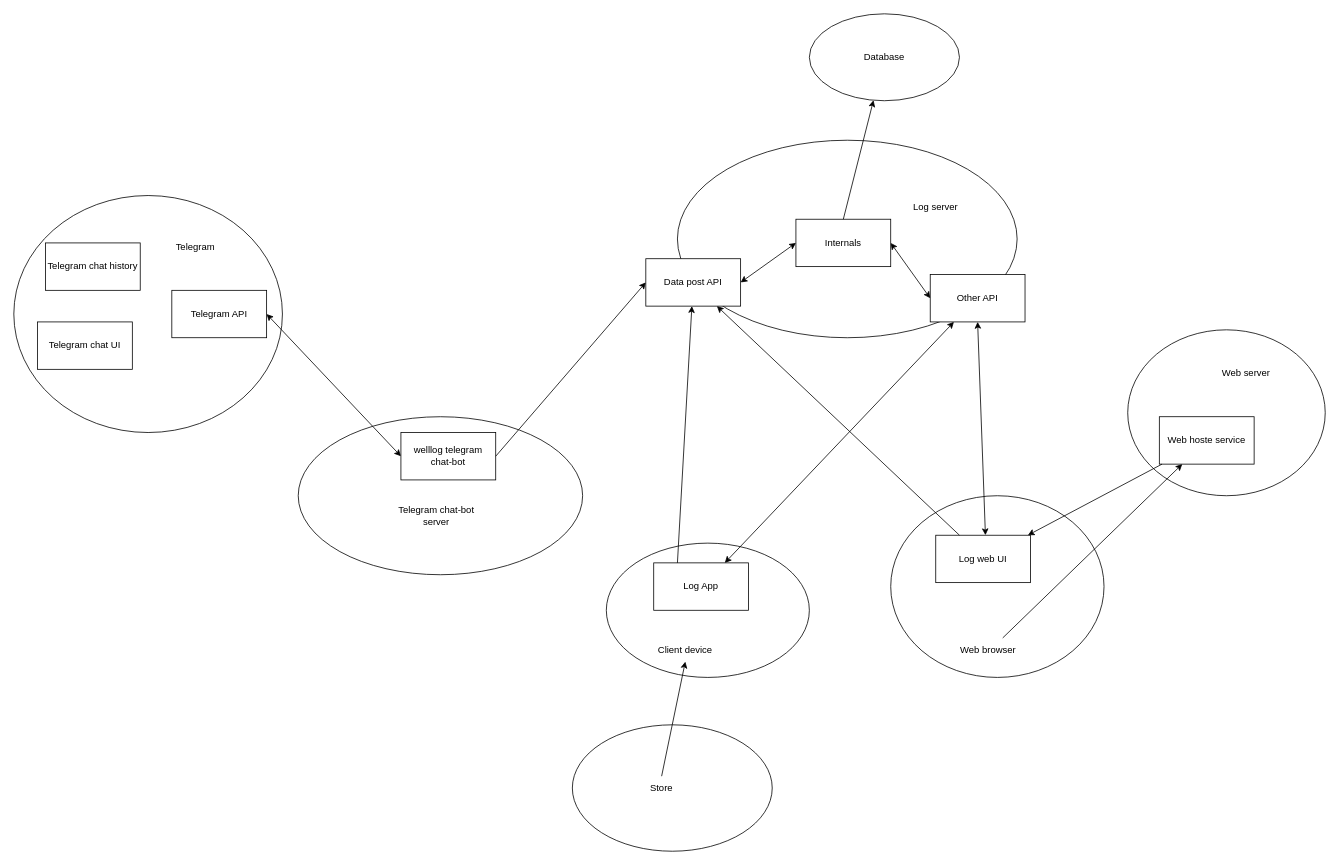
WayArts/log-server keeps this draw.io diagram as page "App components" (1 of 2) of Specification/Architecture.drawio. Above is the earlier version. Source tidied: cells renumbered, new cells numbered last; positions are measured from the earlier drawing's top-left corner, leaving out a move shared by most shapes. Both pictures are drawn from the tidied source at 79%, with x=0, y=0 at pixel (13, 13).
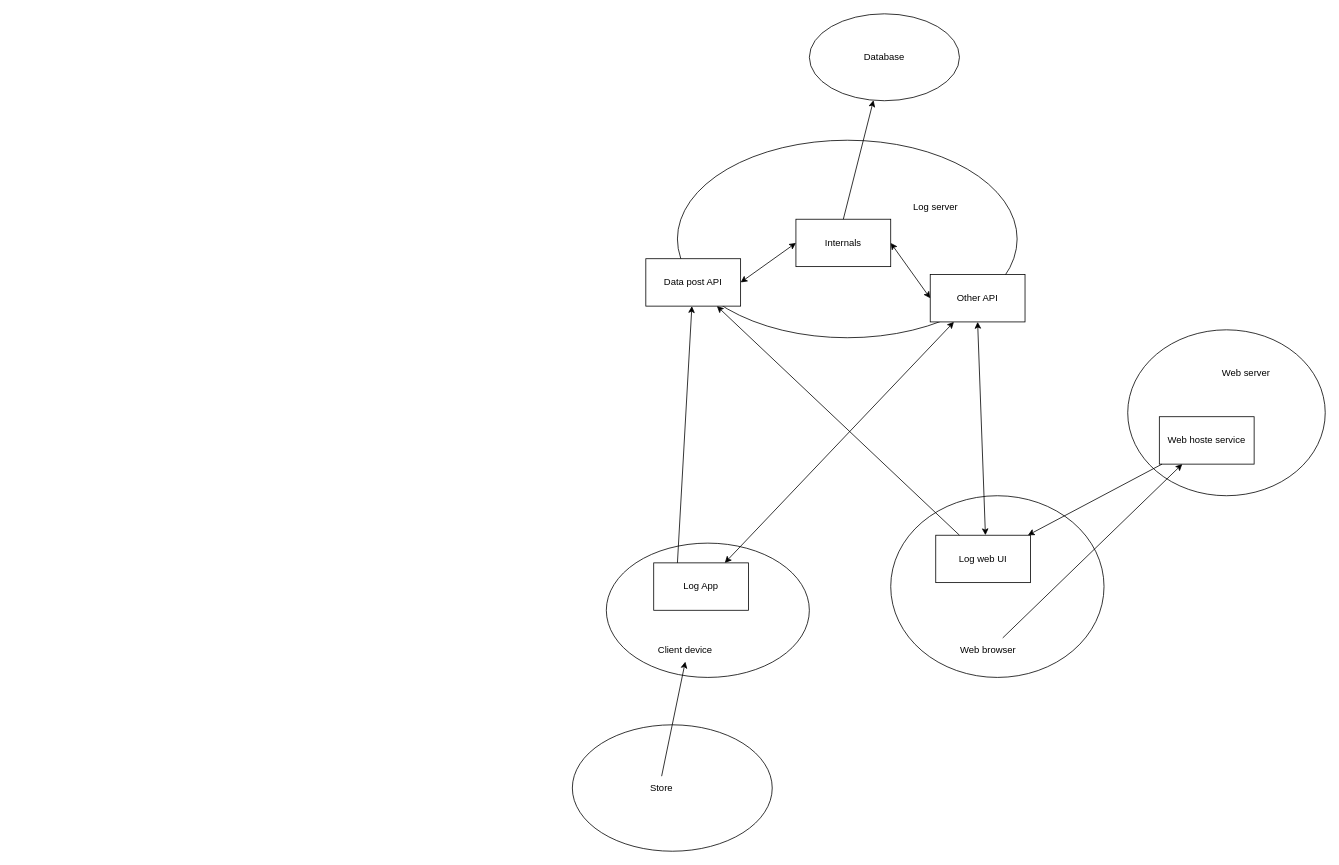
The same diagram, later.

The change refers to these unchanged cells:
```xml
<mxCell id="20" value="Data post API" style="rounded=0;whiteSpace=wrap;html=1;" parent="1" vertex="1">
  <mxGeometry x="800" y="310" width="120" height="60" as="geometry" />
</mxCell>
```

The edit, as a diff of the source:
```diff
@@
-    <mxCell id="2" style="ellipse;whiteSpace=wrap;html=1;" parent="1" vertex="1">
-      <mxGeometry x="360" y="510" width="360" height="200" as="geometry" />
-    </mxCell>
@@
-    <mxCell id="5" style="ellipse;whiteSpace=wrap;html=1;" parent="1" vertex="1">
-      <mxGeometry y="230" width="340" height="300" as="geometry" />
-    </mxCell>
-    <mxCell id="6" value="Telegram chat history" style="rounded=0;whiteSpace=wrap;html=1;" parent="1" vertex="1">
-      <mxGeometry x="40" y="290" width="120" height="60" as="geometry" />
-    </mxCell>
-    <mxCell id="7" value="Telegram chat UI" style="rounded=0;whiteSpace=wrap;html=1;" parent="1" vertex="1">
-      <mxGeometry x="30" y="390" width="120" height="60" as="geometry" />
-    </mxCell>
-    <mxCell id="8" value="Telegram API" style="rounded=0;whiteSpace=wrap;html=1;" parent="1" vertex="1">
-      <mxGeometry x="200" y="350" width="120" height="60" as="geometry" />
-    </mxCell>
@@
-    <mxCell id="11" value="welllog telegram&lt;br&gt;chat-bot" style="rounded=0;whiteSpace=wrap;html=1;" parent="1" vertex="1">
-      <mxGeometry x="490" y="530" width="120" height="60" as="geometry" />
-    </mxCell>
-    <mxCell id="12" style="endArrow=classic;startArrow=classic;html=1;rounded=0;exitX=1;exitY=0.5;exitDx=0;exitDy=0;entryX=0;entryY=0.5;entryDx=0;entryDy=0;" parent="1" edge="1" source="8" target="11">
-      <mxGeometry relative="1" as="geometry" />
-    </mxCell>
-    <mxCell id="13" style="endArrow=classic;html=1;rounded=0;entryX=0;entryY=0.5;entryDx=0;entryDy=0;exitX=1;exitY=0.5;exitDx=0;exitDy=0;" parent="1" edge="1" source="11" target="20">
-      <mxGeometry relative="1" as="geometry" />
-    </mxCell>
@@
-    <mxCell id="17" value="Telegram" style="text;html=1;strokeColor=none;fillColor=none;align=center;verticalAlign=middle;whiteSpace=wrap;rounded=0;" parent="1" vertex="1">
-      <mxGeometry x="200" y="280" width="60" height="30" as="geometry" />
-    </mxCell>
@@
-    <mxCell id="21" value="Telegram chat-bot server" style="text;html=1;strokeColor=none;fillColor=none;align=center;verticalAlign=middle;whiteSpace=wrap;rounded=0;" parent="1" vertex="1">
-      <mxGeometry x="470" y="620" width="130" height="30" as="geometry" />
-    </mxCell>
```
